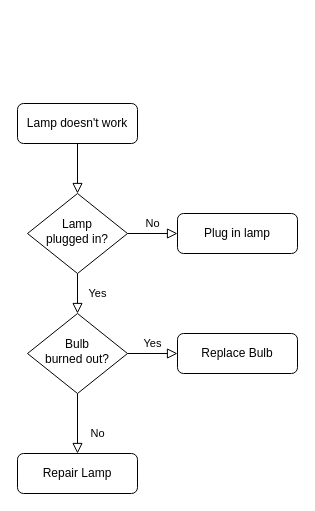
Above: 未命名绘图.drawio in lzfshub/nnff (draw.io), before the change. Source tidied: cells renumbered, new cells numbered last; positions are measured from the earlier drawing's top-left corner, leaving out a move shared by most shapes. Both pictures are drawn from the tidied source at 100%, with x=0, y=0 at pixel (17, 103).
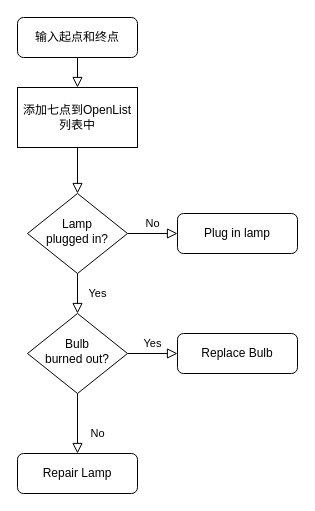
After the change.

Commit message:
更新未命名绘图.drawio

Change to the diagram source:
```diff
@@
 <mxGraphModel>
   <root>
     <mxCell id="0" />
     <mxCell id="1" parent="0" />
-    <mxCell id="2" style="rounded=0;html=1;jettySize=auto;fontSize=11;endArrow=block;endFill=0;endSize=8;strokeWidth=1;shadow=0;labelBackgroundColor=none;edgeStyle=orthogonalEdgeStyle;" parent="1" edge="1" source="3" target="6">
+    <mxCell id="2" style="rounded=0;html=1;jettySize=auto;fontSize=11;endArrow=block;endFill=0;endSize=8;strokeWidth=1;shadow=0;labelBackgroundColor=none;edgeStyle=orthogonalEdgeStyle;" parent="1" edge="1" source="14" target="6">
       <mxGeometry relative="1" as="geometry" />
     </mxCell>
-    <mxCell id="3" value="Lamp doesn't work" style="rounded=1;whiteSpace=wrap;html=1;fontSize=12;glass=0;strokeWidth=1;shadow=0;" parent="1" vertex="1">
-      <mxGeometry width="120" height="40" as="geometry" />
+    <mxCell id="3" value="输入起点和终点" style="rounded=1;whiteSpace=wrap;html=1;fontSize=12;glass=0;strokeWidth=1;shadow=0;" parent="1" vertex="1">
+      <mxGeometry y="-86" width="120" height="40" as="geometry" />
     </mxCell>
     <mxCell id="4" value="Yes" style="rounded=0;html=1;jettySize=auto;fontSize=11;endArrow=block;endFill=0;endSize=8;strokeWidth=1;shadow=0;labelBackgroundColor=none;edgeStyle=orthogonalEdgeStyle;" parent="1" edge="1" source="6" target="10">
       <mxGeometry y="20" relative="1" as="geometry" />
     </mxCell>
     <mxCell id="5" value="No" style="edgeStyle=orthogonalEdgeStyle;rounded=0;html=1;jettySize=auto;fontSize=11;endArrow=block;endFill=0;endSize=8;strokeWidth=1;shadow=0;labelBackgroundColor=none;" parent="1" edge="1" source="6" target="7">
       <mxGeometry y="10" relative="1" as="geometry" />
     </mxCell>
     <mxCell id="6" value="Lamp&lt;br&gt;plugged in?" style="rhombus;whiteSpace=wrap;html=1;shadow=0;fontFamily=Helvetica;fontSize=12;align=center;strokeWidth=1;spacing=6;spacingTop=-4;" parent="1" vertex="1">
       <mxGeometry x="10" y="90" width="100" height="80" as="geometry" />
     </mxCell>
     <mxCell id="7" value="Plug in lamp" style="rounded=1;whiteSpace=wrap;html=1;fontSize=12;glass=0;strokeWidth=1;shadow=0;" parent="1" vertex="1">
       <mxGeometry x="160" y="110" width="120" height="40" as="geometry" />
     </mxCell>
     <mxCell id="8" value="No" style="rounded=0;html=1;jettySize=auto;fontSize=11;endArrow=block;endFill=0;endSize=8;strokeWidth=1;shadow=0;labelBackgroundColor=none;edgeStyle=orthogonalEdgeStyle;" parent="1" edge="1" source="10" target="11">
       <mxGeometry x="0.33" y="20" relative="1" as="geometry" />
     </mxCell>
     <mxCell id="9" value="Yes" style="edgeStyle=orthogonalEdgeStyle;rounded=0;html=1;jettySize=auto;fontSize=11;endArrow=block;endFill=0;endSize=8;strokeWidth=1;shadow=0;labelBackgroundColor=none;" parent="1" edge="1" source="10" target="12">
       <mxGeometry y="10" relative="1" as="geometry" />
     </mxCell>
     <mxCell id="10" value="Bulb&lt;br&gt;burned out?" style="rhombus;whiteSpace=wrap;html=1;shadow=0;fontFamily=Helvetica;fontSize=12;align=center;strokeWidth=1;spacing=6;spacingTop=-4;" parent="1" vertex="1">
       <mxGeometry x="10" y="210" width="100" height="80" as="geometry" />
     </mxCell>
     <mxCell id="11" value="Repair Lamp" style="rounded=1;whiteSpace=wrap;html=1;fontSize=12;glass=0;strokeWidth=1;shadow=0;" parent="1" vertex="1">
       <mxGeometry y="350" width="120" height="40" as="geometry" />
     </mxCell>
     <mxCell id="12" value="Replace Bulb" style="rounded=1;whiteSpace=wrap;html=1;fontSize=12;glass=0;strokeWidth=1;shadow=0;" parent="1" vertex="1">
       <mxGeometry x="160" y="230" width="120" height="40" as="geometry" />
     </mxCell>
+    <mxCell id="13" style="rounded=0;html=1;jettySize=auto;fontSize=11;endArrow=block;endFill=0;endSize=8;strokeWidth=1;shadow=0;labelBackgroundColor=none;edgeStyle=orthogonalEdgeStyle;" parent="1" edge="1" source="3" target="14">
+      <mxGeometry relative="1" as="geometry" />
+    </mxCell>
+    <mxCell id="14" value="添加七点到OpenList列表中" style="rounded=0;whiteSpace=wrap;html=1;" parent="1" vertex="1">
+      <mxGeometry y="-16" width="120" height="60" as="geometry" />
+    </mxCell>
   </root>
 </mxGraphModel>
```
